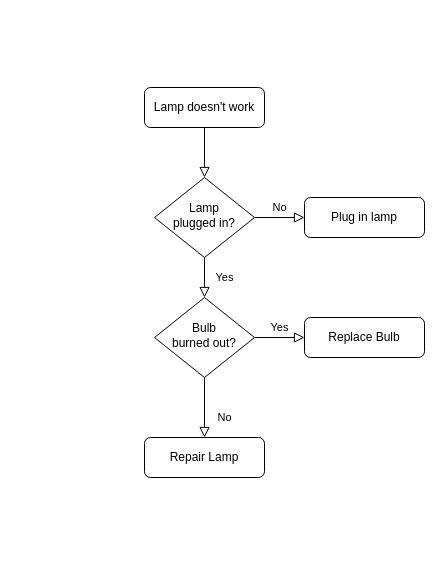
The draw.io diagram higher-lower.drawio in sirkant/hello-world, before the edit. Source tidied: cells renumbered, new cells numbered last; positions are measured from the earlier drawing's top-left corner, leaving out a move shared by most shapes. Both pictures are drawn from the tidied source at 100%, with x=0, y=0 at pixel (144, 87).
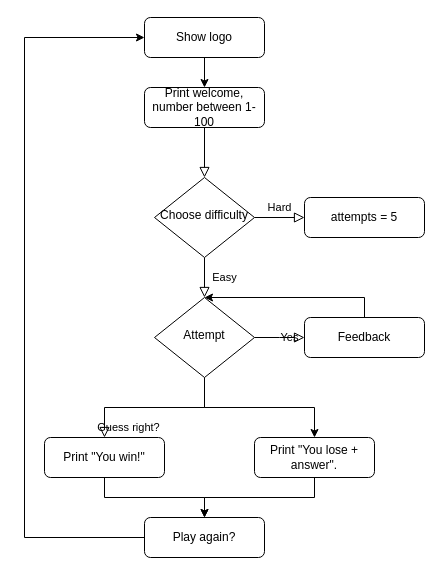
Above is the later version.

Change to the diagram source:
```diff
@@
-    <mxCell id="3" value="Lamp doesn't work" style="rounded=1;whiteSpace=wrap;html=1;fontSize=12;glass=0;strokeWidth=1;shadow=0;" parent="1" vertex="1">
+    <mxCell id="3" value="Print welcome, number between 1-100" style="rounded=1;whiteSpace=wrap;html=1;fontSize=12;glass=0;strokeWidth=1;shadow=0;" parent="1" vertex="1">
       <mxGeometry width="120" height="40" as="geometry" />
     </mxCell>
-    <mxCell id="4" value="Yes" style="rounded=0;html=1;jettySize=auto;fontSize=11;endArrow=block;endFill=0;endSize=8;strokeWidth=1;shadow=0;labelBackgroundColor=none;edgeStyle=orthogonalEdgeStyle;" parent="1" edge="1" source="6" target="10">
+    <mxCell id="4" value="Easy" style="rounded=0;html=1;jettySize=auto;fontSize=11;endArrow=block;endFill=0;endSize=8;strokeWidth=1;shadow=0;labelBackgroundColor=none;edgeStyle=orthogonalEdgeStyle;" parent="1" edge="1" source="6" target="10">
       <mxGeometry y="20" relative="1" as="geometry" />
     </mxCell>
-    <mxCell id="5" value="No" style="edgeStyle=orthogonalEdgeStyle;rounded=0;html=1;jettySize=auto;fontSize=11;endArrow=block;endFill=0;endSize=8;strokeWidth=1;shadow=0;labelBackgroundColor=none;" parent="1" edge="1" source="6" target="7">
+    <mxCell id="5" value="Hard" style="edgeStyle=orthogonalEdgeStyle;rounded=0;html=1;jettySize=auto;fontSize=11;endArrow=block;endFill=0;endSize=8;strokeWidth=1;shadow=0;labelBackgroundColor=none;" parent="1" edge="1" source="6" target="7">
       <mxGeometry y="10" relative="1" as="geometry" />
     </mxCell>
-    <mxCell id="6" value="Lamp&lt;br&gt;plugged in?" style="rhombus;whiteSpace=wrap;html=1;shadow=0;fontFamily=Helvetica;fontSize=12;align=center;strokeWidth=1;spacing=6;spacingTop=-4;" parent="1" vertex="1">
+    <mxCell id="6" value="Choose difficulty" style="rhombus;whiteSpace=wrap;html=1;shadow=0;fontFamily=Helvetica;fontSize=12;align=center;strokeWidth=1;spacing=6;spacingTop=-4;" parent="1" vertex="1">
       <mxGeometry x="10" y="90" width="100" height="80" as="geometry" />
     </mxCell>
-    <mxCell id="7" value="Plug in lamp" style="rounded=1;whiteSpace=wrap;html=1;fontSize=12;glass=0;strokeWidth=1;shadow=0;" parent="1" vertex="1">
+    <mxCell id="7" value="attempts = 5" style="rounded=1;whiteSpace=wrap;html=1;fontSize=12;glass=0;strokeWidth=1;shadow=0;" parent="1" vertex="1">
       <mxGeometry x="160" y="110" width="120" height="40" as="geometry" />
     </mxCell>
-    <mxCell id="8" value="No" style="rounded=0;html=1;jettySize=auto;fontSize=11;endArrow=block;endFill=0;endSize=8;strokeWidth=1;shadow=0;labelBackgroundColor=none;edgeStyle=orthogonalEdgeStyle;" parent="1" edge="1" source="10" target="11">
+    <mxCell id="8" value="Guess right?" style="rounded=0;html=1;jettySize=auto;fontSize=11;endArrow=block;endFill=0;endSize=8;strokeWidth=1;shadow=0;labelBackgroundColor=none;edgeStyle=orthogonalEdgeStyle;" parent="1" edge="1" source="10" target="11">
       <mxGeometry x="0.33" y="20" relative="1" as="geometry" />
     </mxCell>
-    <mxCell id="9" value="Yes" style="edgeStyle=orthogonalEdgeStyle;rounded=0;html=1;jettySize=auto;fontSize=11;endArrow=block;endFill=0;endSize=8;strokeWidth=1;shadow=0;labelBackgroundColor=none;" parent="1" edge="1" source="10" target="12">
-      <mxGeometry y="10" relative="1" as="geometry" />
+    <mxCell id="9" value="Yes" style="edgeStyle=orthogonalEdgeStyle;rounded=0;html=1;jettySize=auto;fontSize=11;endArrow=block;endFill=0;endSize=8;strokeWidth=1;shadow=0;labelBackgroundColor=none;" parent="1" edge="1" source="10">
+      <mxGeometry y="10" relative="1" as="geometry">
+        <mxPoint x="160" y="250" as="targetPoint" />
+      </mxGeometry>
     </mxCell>
+    <mxCell id="13" style="edgeStyle=orthogonalEdgeStyle;rounded=0;jettySize=auto;html=1;" parent="1" edge="1" source="10" target="20">
+      <mxGeometry relative="1" as="geometry" />
+    </mxCell>
-    <mxCell id="10" value="Bulb&lt;br&gt;burned out?" style="rhombus;whiteSpace=wrap;html=1;shadow=0;fontFamily=Helvetica;fontSize=12;align=center;strokeWidth=1;spacing=6;spacingTop=-4;" parent="1" vertex="1">
+    <mxCell id="10" value="Attempt" style="rhombus;whiteSpace=wrap;html=1;shadow=0;fontFamily=Helvetica;fontSize=12;align=center;strokeWidth=1;spacing=6;spacingTop=-4;" parent="1" vertex="1">
       <mxGeometry x="10" y="210" width="100" height="80" as="geometry" />
     </mxCell>
+    <mxCell id="14" style="edgeStyle=orthogonalEdgeStyle;rounded=0;jettySize=auto;html=1;entryX=0.5;entryY=0;entryDx=0;entryDy=0;" parent="1" edge="1" source="11" target="22">
+      <mxGeometry relative="1" as="geometry" />
+    </mxCell>
-    <mxCell id="11" value="Repair Lamp" style="rounded=1;whiteSpace=wrap;html=1;fontSize=12;glass=0;strokeWidth=1;shadow=0;" parent="1" vertex="1">
-      <mxGeometry y="350" width="120" height="40" as="geometry" />
+    <mxCell id="11" value="Print &quot;You win!&quot;" style="rounded=1;whiteSpace=wrap;html=1;fontSize=12;glass=0;strokeWidth=1;shadow=0;" parent="1" vertex="1">
+      <mxGeometry x="-100" y="350" width="120" height="40" as="geometry" />
     </mxCell>
-    <mxCell id="12" value="Replace Bulb" style="rounded=1;whiteSpace=wrap;html=1;fontSize=12;glass=0;strokeWidth=1;shadow=0;" parent="1" vertex="1">
-      <mxGeometry x="160" y="230" width="120" height="40" as="geometry" />
-    </mxCell>
+    <mxCell id="15" style="edgeStyle=orthogonalEdgeStyle;rounded=0;jettySize=auto;html=1;entryX=0.5;entryY=0;entryDx=0;entryDy=0;" parent="1" edge="1" source="16" target="3">
+      <mxGeometry relative="1" as="geometry" />
+    </mxCell>
+    <mxCell id="16" value="Show logo" style="rounded=1;whiteSpace=wrap;html=1;fontSize=12;glass=0;strokeWidth=1;shadow=0;" parent="1" vertex="1">
+      <mxGeometry y="-70" width="120" height="40" as="geometry" />
+    </mxCell>
+    <mxCell id="17" style="edgeStyle=orthogonalEdgeStyle;rounded=0;jettySize=auto;html=1;exitX=0.5;exitY=0;exitDx=0;exitDy=0;entryX=0.5;entryY=0;entryDx=0;entryDy=0;" parent="1" edge="1" source="18" target="10">
+      <mxGeometry relative="1" as="geometry" />
+    </mxCell>
+    <mxCell id="18" value="Feedback" style="rounded=1;whiteSpace=wrap;html=1;fontSize=12;glass=0;strokeWidth=1;shadow=0;" parent="1" vertex="1">
+      <mxGeometry x="160" y="230" width="120" height="40" as="geometry" />
+    </mxCell>
+    <mxCell id="19" style="edgeStyle=orthogonalEdgeStyle;rounded=0;jettySize=auto;html=1;entryX=0.5;entryY=0;entryDx=0;entryDy=0;" parent="1" edge="1" source="20" target="22">
+      <mxGeometry relative="1" as="geometry" />
+    </mxCell>
+    <mxCell id="20" value="Print &quot;You lose + answer&quot;." style="rounded=1;whiteSpace=wrap;html=1;fontSize=12;glass=0;strokeWidth=1;shadow=0;" parent="1" vertex="1">
+      <mxGeometry x="110" y="350" width="120" height="40" as="geometry" />
+    </mxCell>
+    <mxCell id="21" style="edgeStyle=orthogonalEdgeStyle;rounded=0;jettySize=auto;html=1;entryX=0;entryY=0.5;entryDx=0;entryDy=0;" parent="1" edge="1" source="22" target="16">
+      <mxGeometry relative="1" as="geometry">
+        <Array as="points">
+          <mxPoint x="-120" y="450" />
+          <mxPoint x="-120" y="-50" />
+        </Array>
+      </mxGeometry>
+    </mxCell>
+    <mxCell id="22" value="Play again?" style="rounded=1;whiteSpace=wrap;html=1;fontSize=12;glass=0;strokeWidth=1;shadow=0;" parent="1" vertex="1">
+      <mxGeometry y="430" width="120" height="40" as="geometry" />
+    </mxCell>
```
